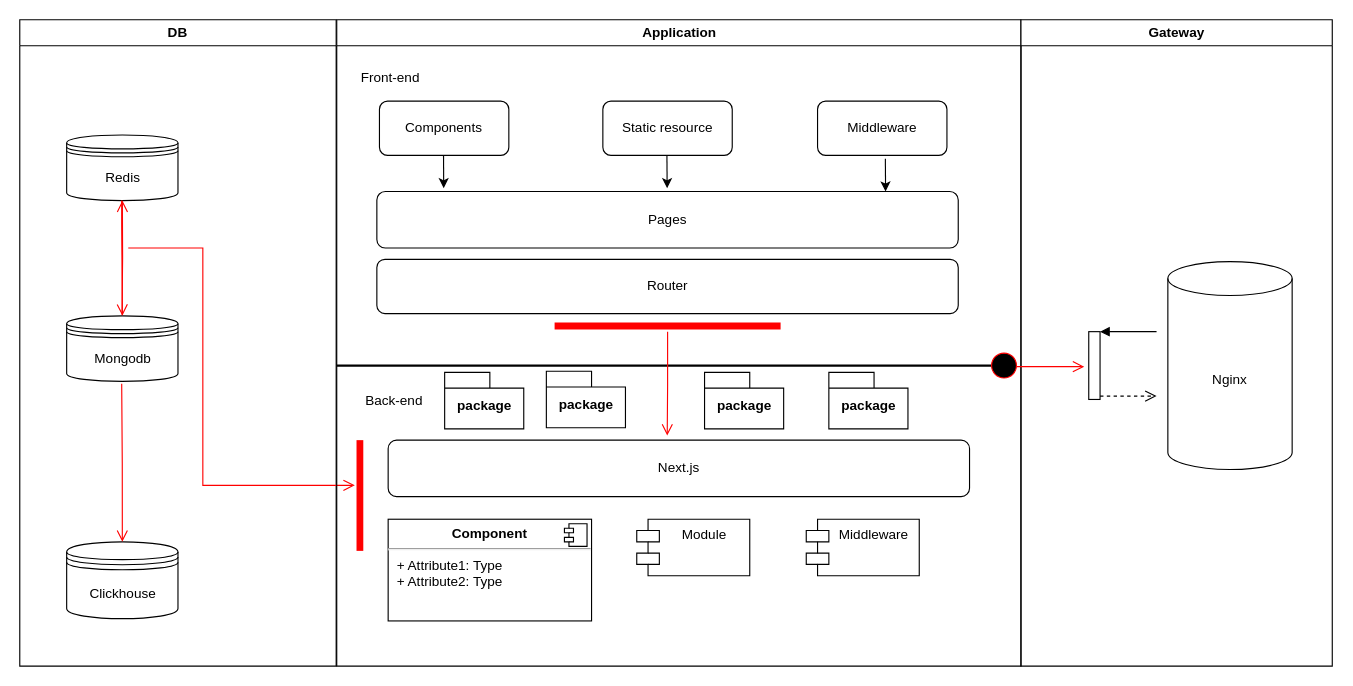
Earlier version of the draw.io diagram 未命名绘图.drawio (hoosin/hoosin). Source tidied: cells renumbered, new cells numbered last; positions are measured from the earlier drawing's top-left corner, leaving out a move shared by most shapes. Both pictures are drawn from the tidied source at 113%, with x=0, y=0 at pixel (19, 19).
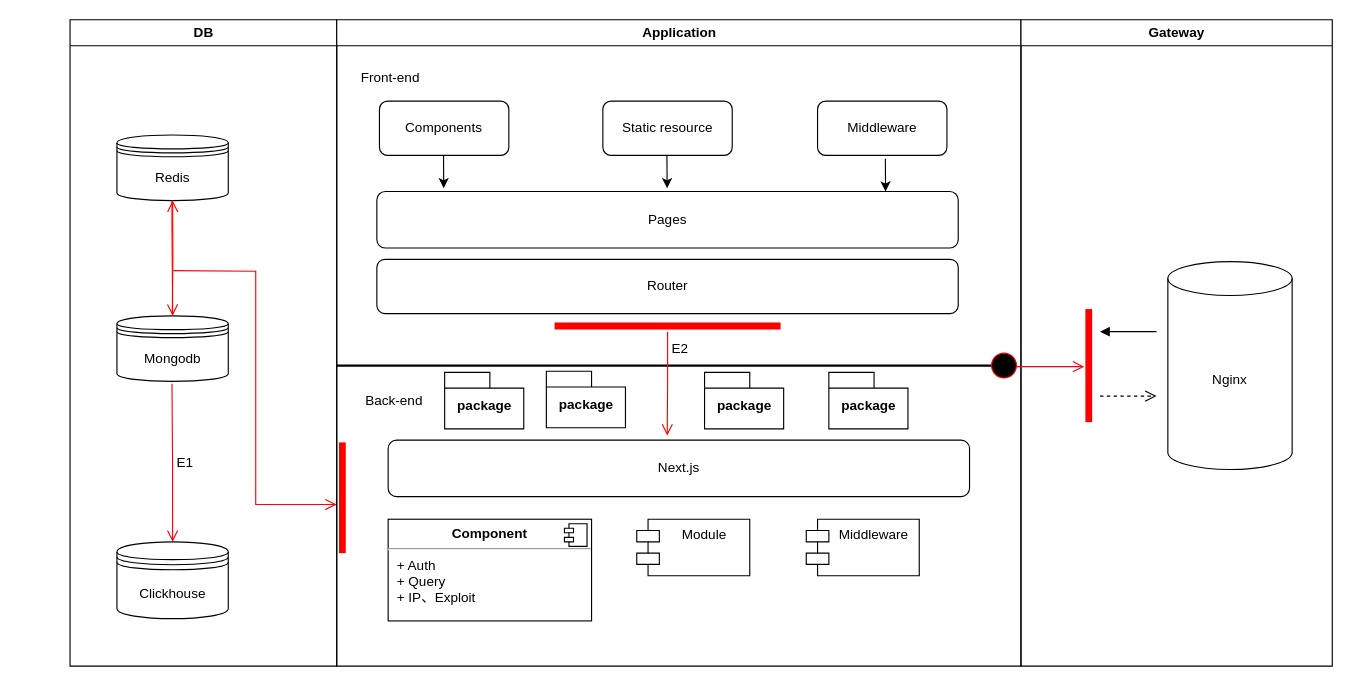
The same page after the edit.

The change refers to these unchanged cells:
```xml
<mxCell id="10" value="Application" style="swimlane;whiteSpace=wrap;" parent="1" vertex="1">
  <mxGeometry x="280.5" width="605.5" height="572" as="geometry" />
</mxCell>
<mxCell id="35" value="Gateway" style="swimlane;whiteSpace=wrap;" parent="1" vertex="1">
  <mxGeometry x="886" width="275.5" height="572" as="geometry" />
</mxCell>
```

The edit, as a diff of the source:
```diff
@@
     <mxCell id="2" value="DB" style="swimlane;whiteSpace=wrap;" parent="1" vertex="1">
-      <mxGeometry width="280" height="572" as="geometry" />
+      <mxGeometry x="44.5" width="236" height="572" as="geometry" />
     </mxCell>
@@
-    <mxCell id="9" style="edgeStyle=orthogonalEdgeStyle;html=1;align=left;verticalAlign=bottom;endArrow=open;endSize=8;strokeColor=#ff0000;rounded=0;" parent="2" edge="1">
-      <mxGeometry x="-1" relative="1" as="geometry">
-        <mxPoint x="96" y="202" as="sourcePoint" />
-        <mxPoint x="296.5" y="412" as="targetPoint" />
-        <Array as="points">
-          <mxPoint x="162" y="202" />
-          <mxPoint x="162" y="412" />
-          <mxPoint x="296" y="412" />
-        </Array>
-      </mxGeometry>
-    </mxCell>
+    <mxCell id="41" style="edgeStyle=orthogonalEdgeStyle;html=1;verticalAlign=bottom;endArrow=open;endSize=8;strokeColor=#ff0000;rounded=0;entryX=0;entryY=0.75;entryDx=0;entryDy=0;" parent="2" edge="1" target="10">
+      <mxGeometry relative="1" as="geometry">
+        <mxPoint x="91.5" y="222" as="sourcePoint" />
+      </mxGeometry>
+    </mxCell>
+    <mxCell id="42" value="E1" style="text;html=1;align=center;verticalAlign=middle;strokeColor=none;fillColor=none;" parent="2" vertex="1">
+      <mxGeometry x="81.5" y="377" width="40" height="30" as="geometry" />
+    </mxCell>
@@
-    <mxCell id="24" style="shape=line;html=1;strokeWidth=6;strokeColor=#ff0000;direction=south;" parent="10" vertex="1">
-      <mxGeometry x="15.5" y="372" width="10" height="98" as="geometry" />
-    </mxCell>
@@
-    <mxCell id="28" value="&lt;p style=&quot;margin:0px;margin-top:6px;text-align:center;&quot;&gt;&lt;b&gt;Component&lt;/b&gt;&lt;/p&gt;&lt;hr/&gt;&lt;p style=&quot;margin:0px;margin-left:8px;&quot;&gt;+ Attribute1: Type&lt;br/&gt;+ Attribute2: Type&lt;/p&gt;" style="align=left;overflow=fill;html=1;" parent="10" vertex="1">
+    <mxCell id="28" value="&lt;p style=&quot;margin:0px;margin-top:6px;text-align:center;&quot;&gt;&lt;b&gt;Component&lt;/b&gt;&lt;/p&gt;&lt;hr&gt;&lt;p style=&quot;margin:0px;margin-left:8px;&quot;&gt;+ Auth&lt;br&gt;+ Query&lt;/p&gt;&lt;p style=&quot;margin:0px;margin-left:8px;&quot;&gt;+ IP、Exploit&lt;/p&gt;" style="align=left;overflow=fill;html=1;" parent="10" vertex="1">
       <mxGeometry x="45.5" y="442" width="180" height="90" as="geometry" />
     </mxCell>
@@
+    <mxCell id="24" style="shape=line;html=1;strokeWidth=6;strokeColor=#ff0000;direction=south;" parent="10" vertex="1">
+      <mxGeometry y="374" width="10" height="98" as="geometry" />
+    </mxCell>
+    <mxCell id="43" value="E2" style="text;html=1;align=center;verticalAlign=middle;strokeColor=none;fillColor=none;" parent="10" vertex="1">
+      <mxGeometry x="283.5" y="276" width="40" height="30" as="geometry" />
+    </mxCell>
@@
-    <mxCell id="37" style="html=1;points=[];perimeter=orthogonalPerimeter;" parent="35" vertex="1">
-      <mxGeometry x="60" y="276" width="10" height="60" as="geometry" />
-    </mxCell>
-    <mxCell id="38" style="html=1;verticalAlign=bottom;endArrow=block;entryX=1;entryY=0;rounded=0;" parent="35" edge="1" target="37">
+    <mxCell id="38" style="html=1;verticalAlign=bottom;endArrow=block;entryX=1;entryY=0;rounded=0;" parent="35" edge="1">
       <mxGeometry relative="1" as="geometry">
         <mxPoint x="120" y="276" as="sourcePoint" />
+        <mxPoint x="70" y="276" as="targetPoint" />
       </mxGeometry>
     </mxCell>
-    <mxCell id="39" style="html=1;verticalAlign=bottom;endArrow=open;dashed=1;endSize=8;exitX=1;exitY=0.95;rounded=0;" parent="35" edge="1" source="37">
+    <mxCell id="39" style="html=1;verticalAlign=bottom;endArrow=open;dashed=1;endSize=8;exitX=1;exitY=0.95;rounded=0;" parent="35" edge="1">
       <mxGeometry relative="1" as="geometry">
+        <mxPoint x="70" y="333" as="sourcePoint" />
         <mxPoint x="120" y="333" as="targetPoint" />
       </mxGeometry>
     </mxCell>
@@
+    <mxCell id="44" style="shape=line;html=1;strokeWidth=6;strokeColor=#ff0000;rotation=90;" parent="35" vertex="1">
+      <mxGeometry x="10" y="301" width="100" height="10" as="geometry" />
+    </mxCell>
```
